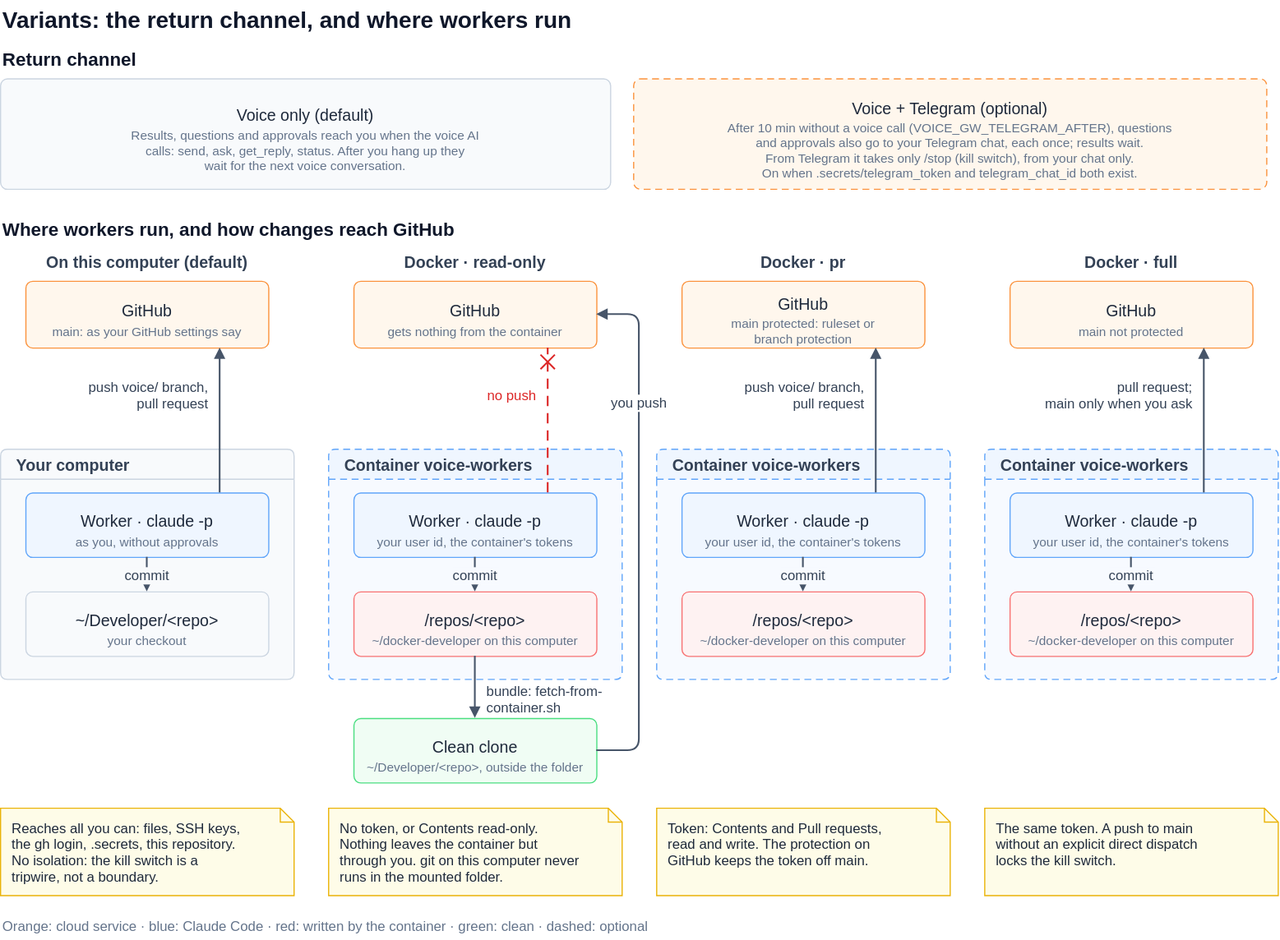
alderg/cc-voice-gateway keeps this draw.io diagram as docs/variants.drawio.svg. Above is the earlier version. Source tidied: cells renumbered, new cells last; positions are measured from the earlier drawing's top-left corner, leaving out a move shared by most shapes.
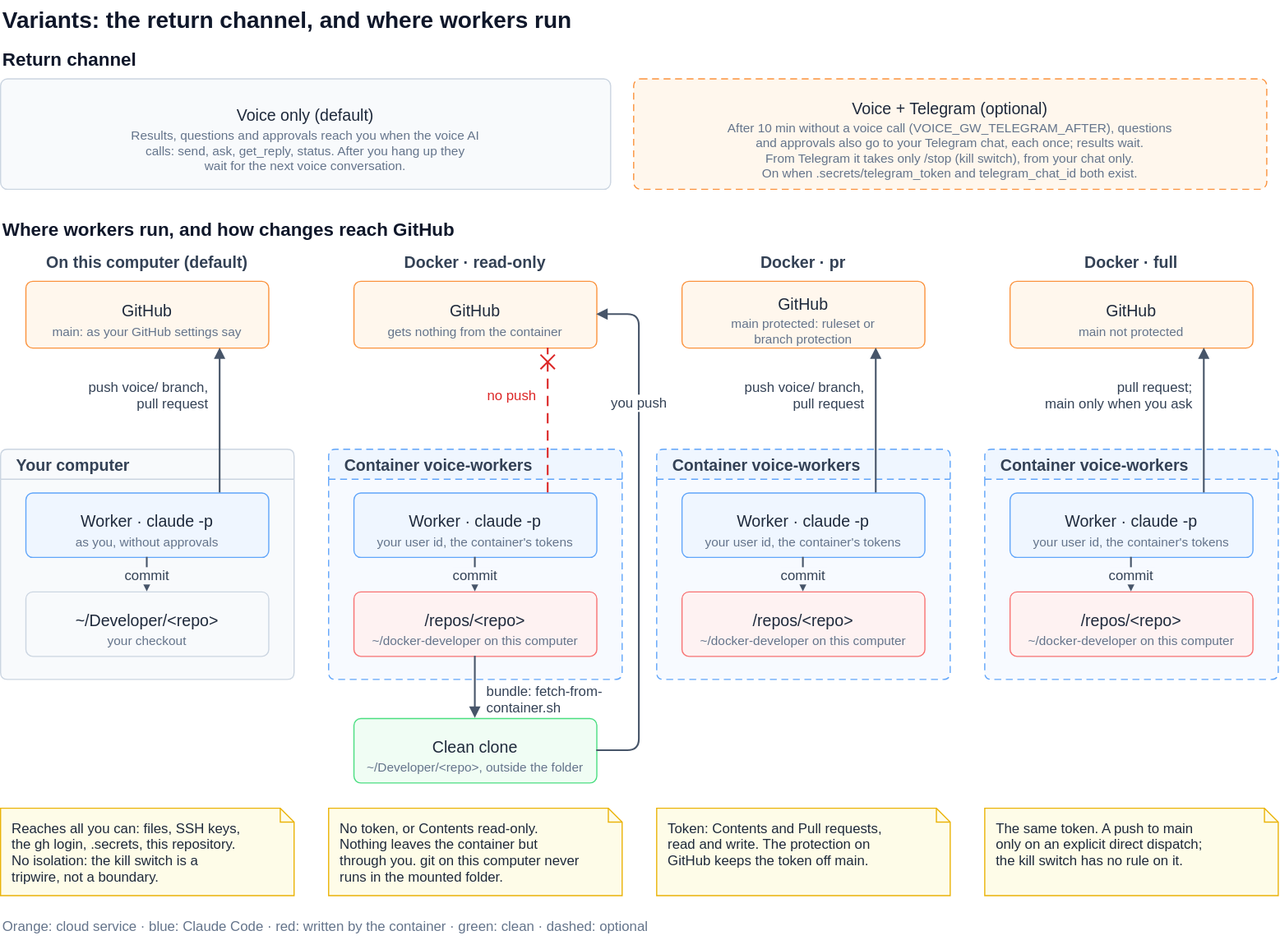
After the change.

Diff of the diagram source:
```diff
@@ -179,7 +179,7 @@
     <mxCell id="55" value="Token: Contents and Pull requests,&#10;read and write. The protection on&#10;GitHub keeps the token off main." style="shape=note;size=12;html=0;fontSize=12;align=left;verticalAlign=top;spacingLeft=8;spacingTop=4;fillColor=#FEFCE8;strokeColor=#EAB308;strokeWidth=1;fontColor=#1E293B;" parent="1" vertex="1">
       <mxGeometry x="570" y="702" width="255" height="76" as="geometry" />
     </mxCell>
-    <mxCell id="56" value="The same token. A push to main&#10;without an explicit direct dispatch&#10;locks the kill switch." style="shape=note;size=12;html=0;fontSize=12;align=left;verticalAlign=top;spacingLeft=8;spacingTop=4;fillColor=#FEFCE8;strokeColor=#EAB308;strokeWidth=1;fontColor=#1E293B;" parent="1" vertex="1">
+    <mxCell id="56" value="The same token. A push to main&#10;only on an explicit direct dispatch;&#10;the kill switch has no rule on it." style="shape=note;size=12;html=0;fontSize=12;align=left;verticalAlign=top;spacingLeft=8;spacingTop=4;fillColor=#FEFCE8;strokeColor=#EAB308;strokeWidth=1;fontColor=#1E293B;" parent="1" vertex="1">
       <mxGeometry x="855" y="702" width="255" height="76" as="geometry" />
     </mxCell>
     <mxCell id="57" value="Orange: cloud service · blue: Claude Code · red: written by the container · green: clean · dashed: optional" style="text;html=0;fontSize=12;align=left;verticalAlign=middle;strokeColor=none;fillColor=none;fontStyle=0;fontColor=#64748B;labelBackgroundColor=#FFFFFF;" parent="1" vertex="1">
```
